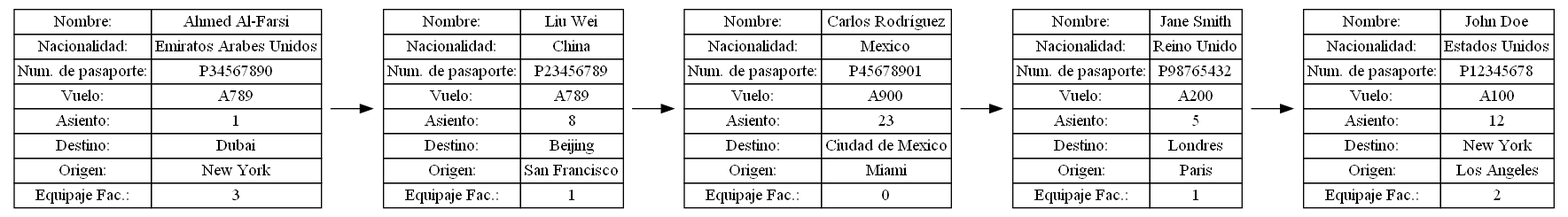
Before: cmake-build-debug/ColaPasajeros.png, a diagram exported from Graphviz (Samashoas/202109705_EDD_Practica). Its source is kept beside it as cmake-build-debug/ColaPasajeros.dot.
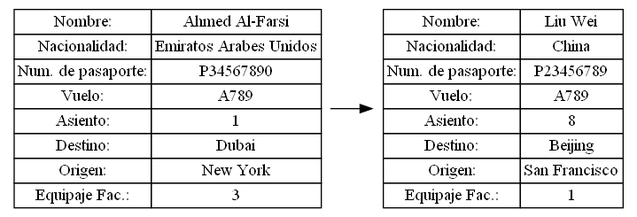
Later version of the same file.

Diff of the diagram source:
```diff
@@ -2,39 +2,6 @@
 rankdir=LR;
 node [shape = none];
 node0 [label = <<table border="0" cellborder="1" cellspacing="0">
-<tr><td>Nombre:</td><td>John Doe</td></tr>
-<tr><td>Nacionalidad:</td><td>Estados Unidos</td></tr>
-<tr><td>Num. de pasaporte:</td><td>P12345678</td></tr>
-<tr><td>Vuelo:</td><td>A100</td></tr>
-<tr><td>Asiento:</td><td>12</td></tr>
-<tr><td>Destino:</td><td>New York</td></tr>
-<tr><td>Origen:</td><td>Los Angeles</td></tr>
-<tr><td>Equipaje Fac.:</td><td>2</td></tr>
-</table>>];
-"node1" -> "node0";
-node1 [label = <<table border="0" cellborder="1" cellspacing="0">
-<tr><td>Nombre:</td><td>Jane Smith</td></tr>
-<tr><td>Nacionalidad:</td><td>Reino Unido</td></tr>
-<tr><td>Num. de pasaporte:</td><td>P98765432</td></tr>
-<tr><td>Vuelo:</td><td>A200</td></tr>
-<tr><td>Asiento:</td><td>5</td></tr>
-<tr><td>Destino:</td><td>Londres</td></tr>
-<tr><td>Origen:</td><td>Paris</td></tr>
-<tr><td>Equipaje Fac.:</td><td>1</td></tr>
-</table>>];
-"node2" -> "node1";
-node2 [label = <<table border="0" cellborder="1" cellspacing="0">
-<tr><td>Nombre:</td><td>Carlos Rodríguez</td></tr>
-<tr><td>Nacionalidad:</td><td>Mexico</td></tr>
-<tr><td>Num. de pasaporte:</td><td>P45678901</td></tr>
-<tr><td>Vuelo:</td><td>A900</td></tr>
-<tr><td>Asiento:</td><td>23</td></tr>
-<tr><td>Destino:</td><td>Ciudad de Mexico</td></tr>
-<tr><td>Origen:</td><td>Miami</td></tr>
-<tr><td>Equipaje Fac.:</td><td>0</td></tr>
-</table>>];
-"node3" -> "node2";
-node3 [label = <<table border="0" cellborder="1" cellspacing="0">
 <tr><td>Nombre:</td><td>Liu Wei</td></tr>
 <tr><td>Nacionalidad:</td><td>China</td></tr>
 <tr><td>Num. de pasaporte:</td><td>P23456789</td></tr>
@@ -44,8 +11,8 @@
 <tr><td>Origen:</td><td>San Francisco</td></tr>
 <tr><td>Equipaje Fac.:</td><td>1</td></tr>
 </table>>];
-"node4" -> "node3";
-node4 [label = <<table border="0" cellborder="1" cellspacing="0">
+"node1" -> "node0";
+node1 [label = <<table border="0" cellborder="1" cellspacing="0">
 <tr><td>Nombre:</td><td>Ahmed Al-Farsi</td></tr>
 <tr><td>Nacionalidad:</td><td>Emiratos Arabes Unidos</td></tr>
 <tr><td>Num. de pasaporte:</td><td>P34567890</td></tr>
```
